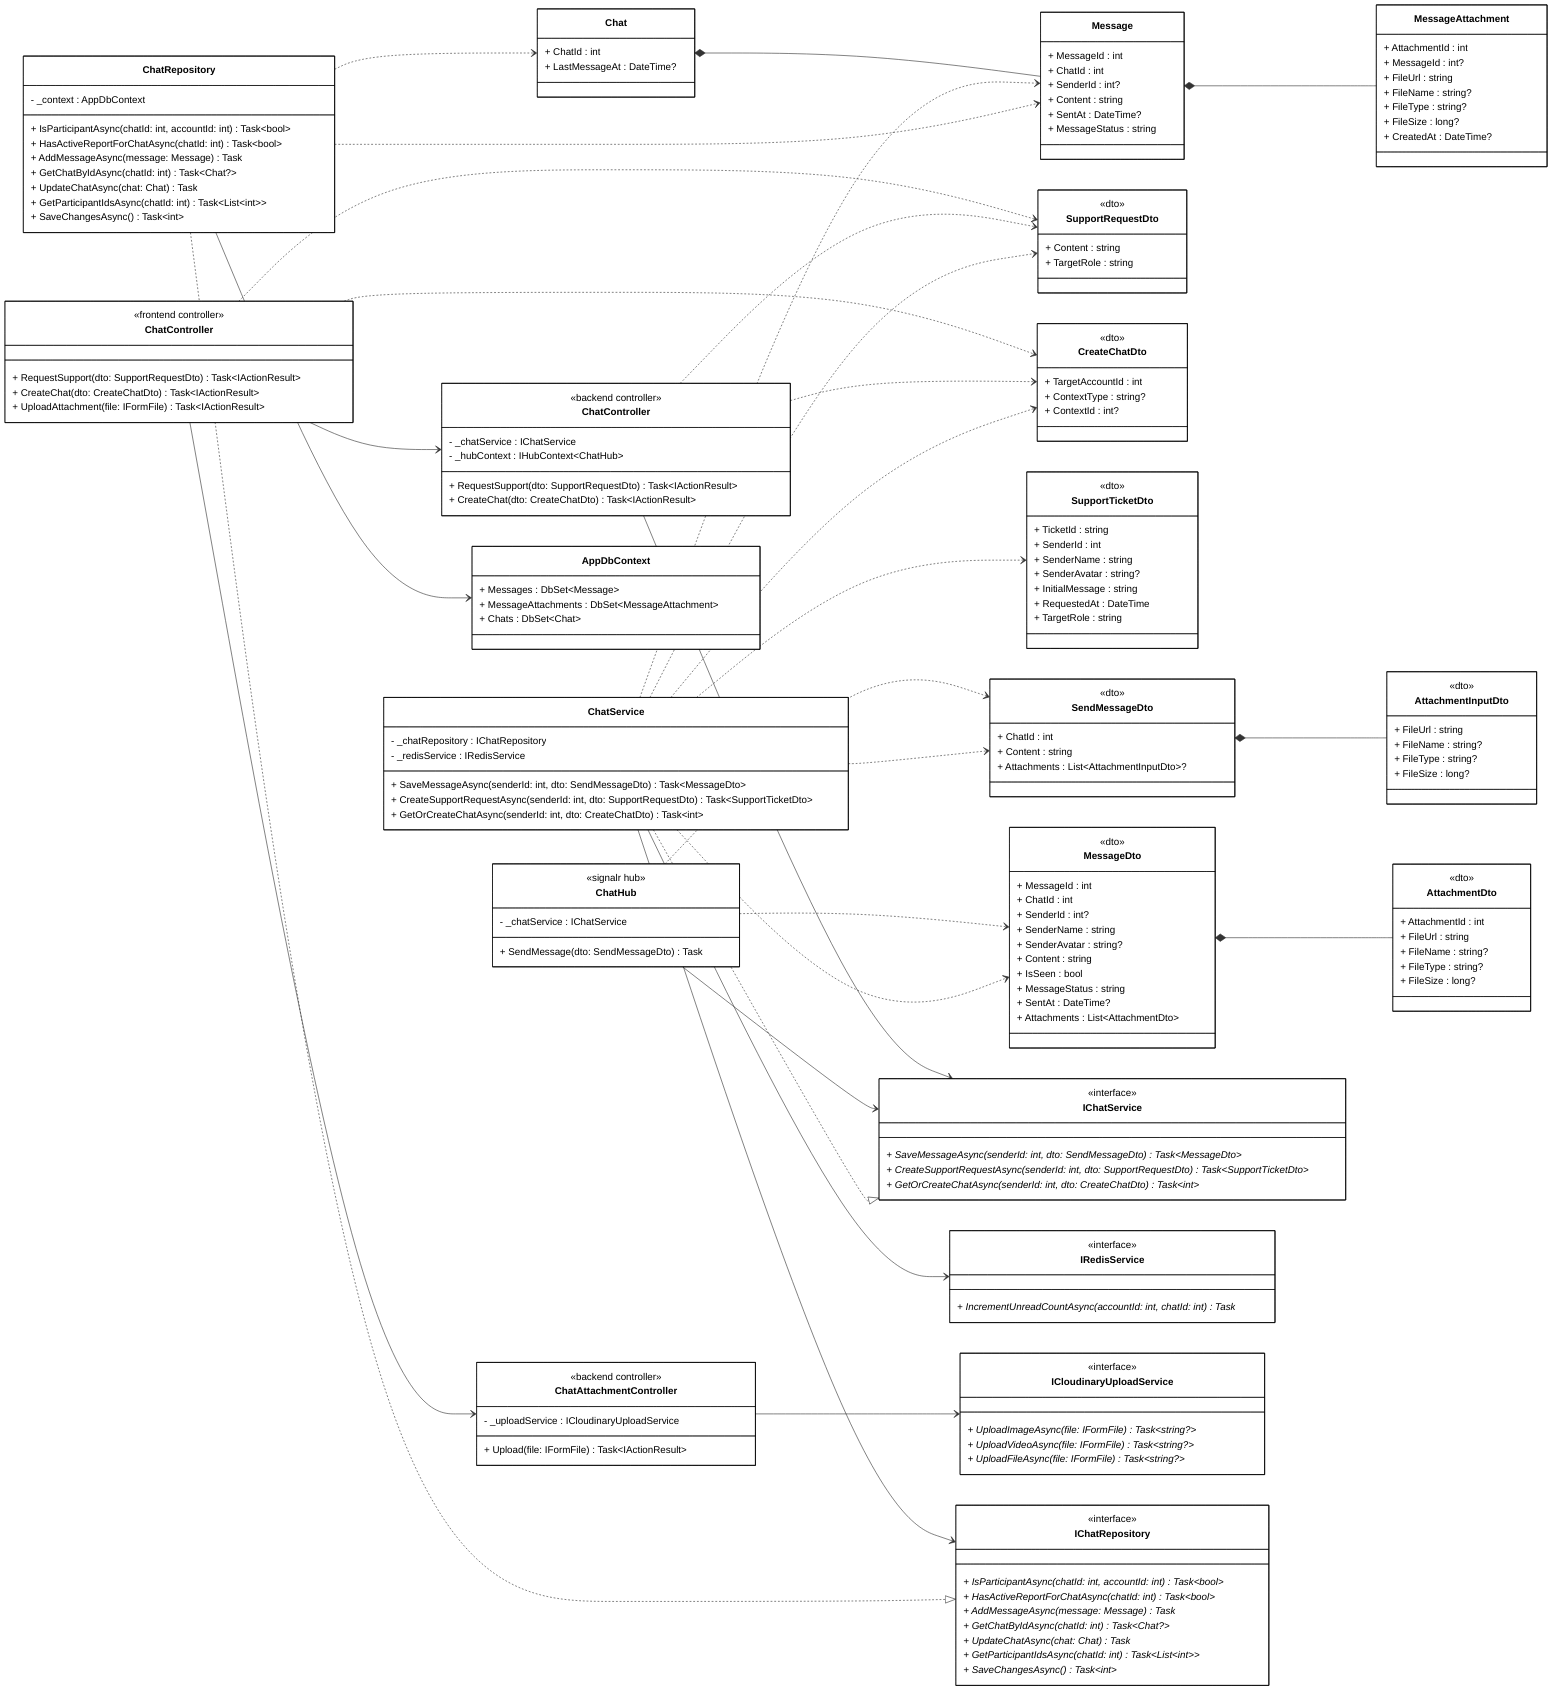
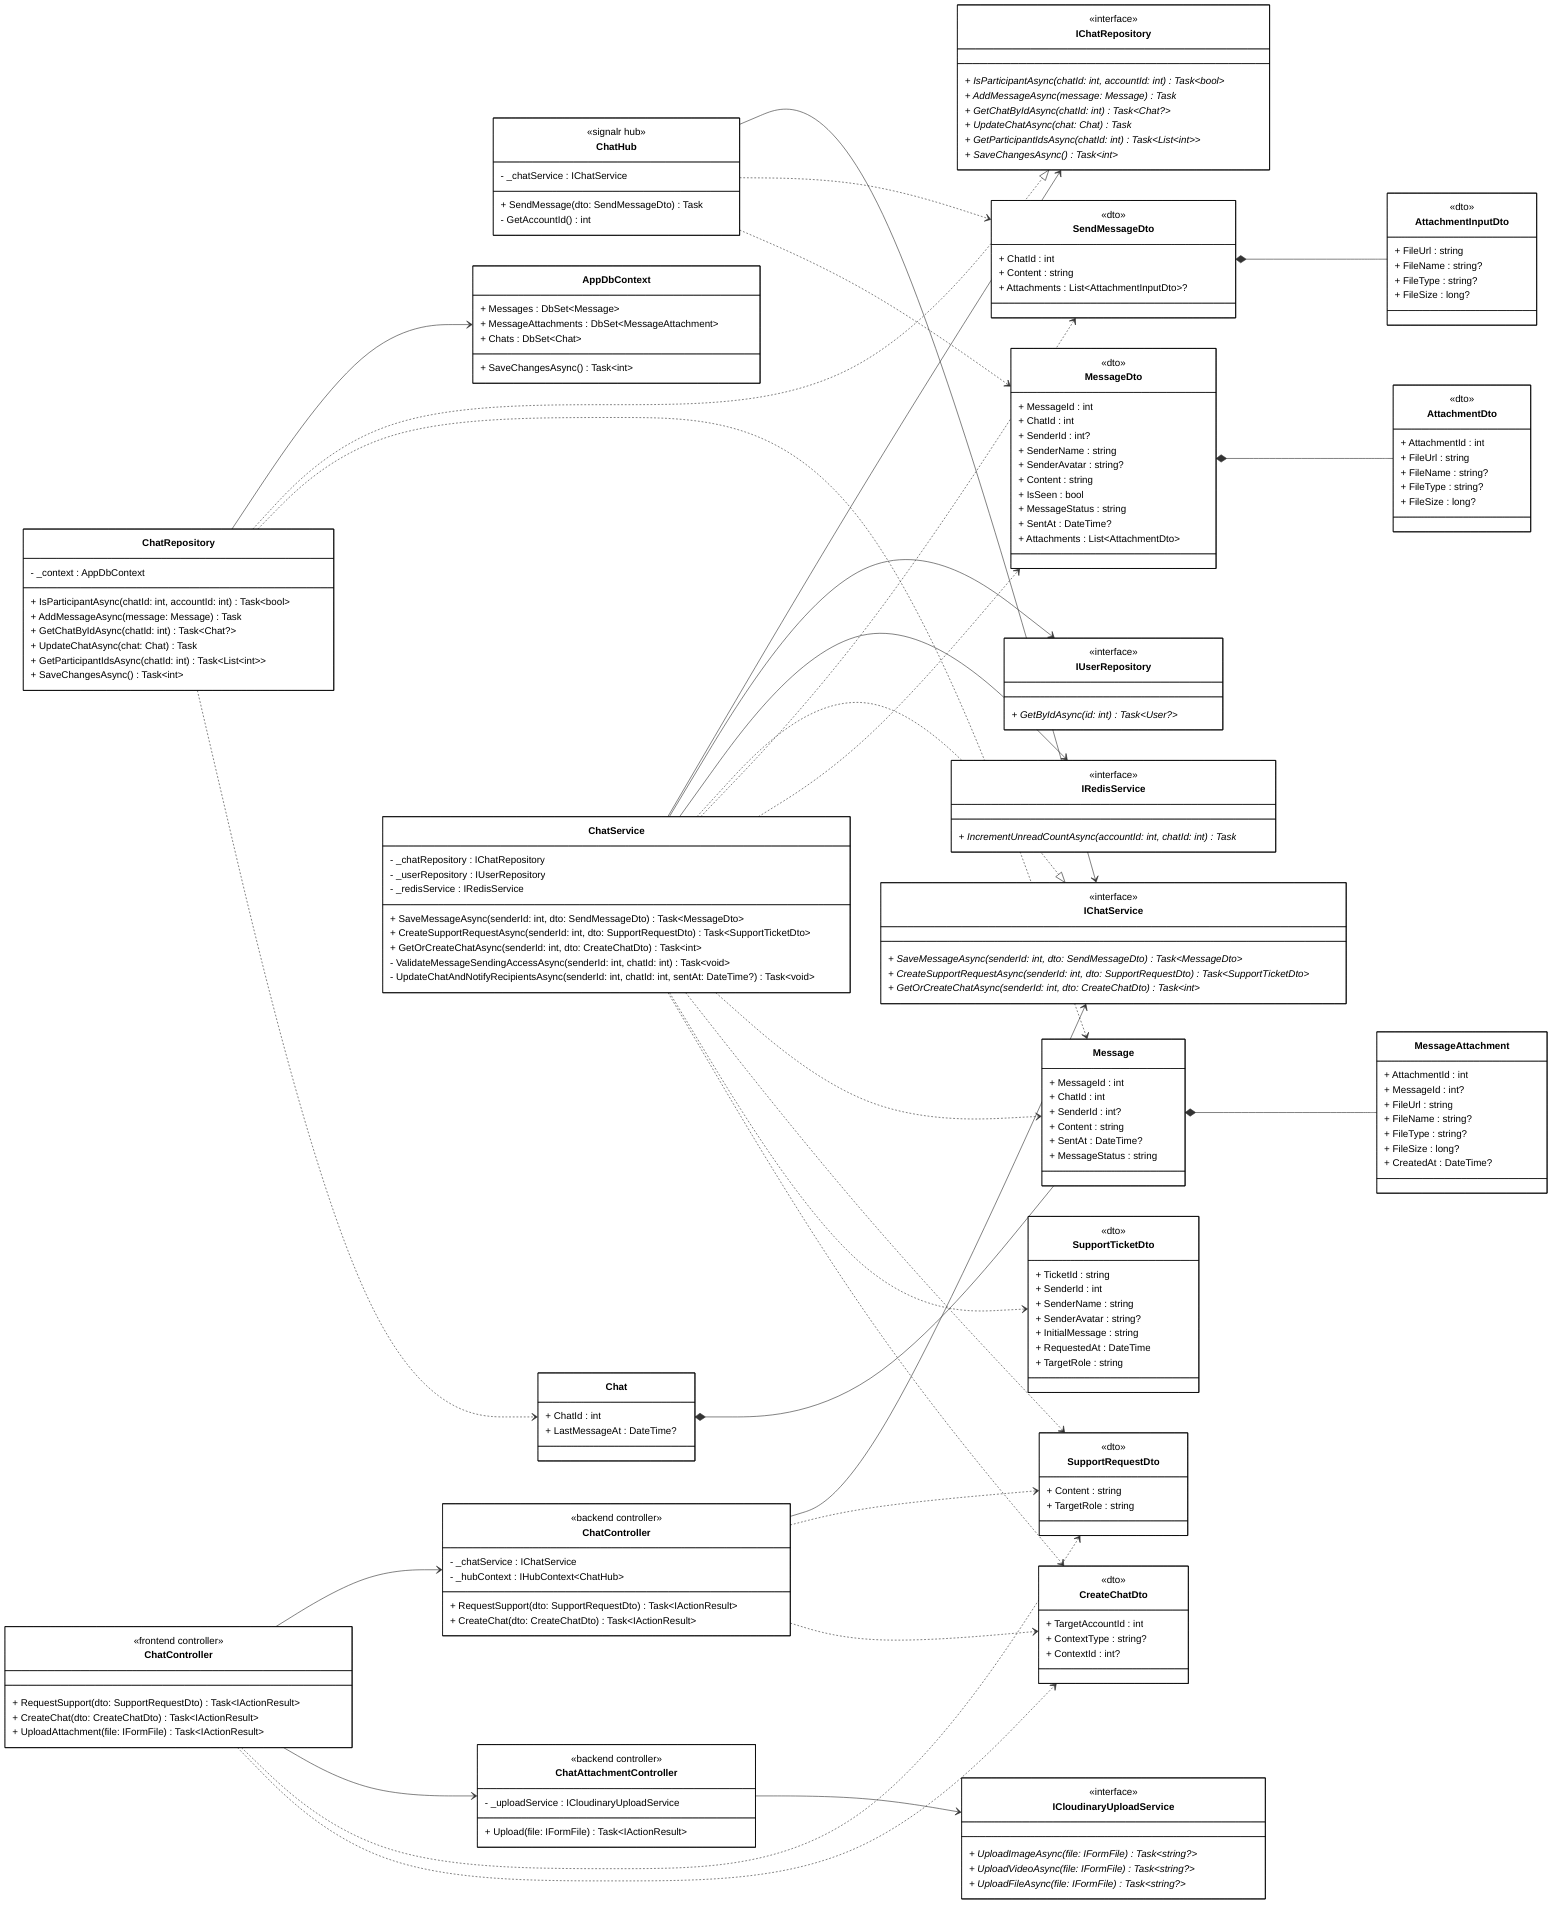
classDiagram
direction LR

%% ==================== FRONTEND ====================

class ChatControllerFE["ChatController"] {
    <<frontend controller>>
    + RequestSupport(dto: SupportRequestDto) Task~IActionResult~
    + CreateChat(dto: CreateChatDto) Task~IActionResult~
    + UploadAttachment(file: IFormFile) Task~IActionResult~
}

%% ==================== BACKEND - HUB & CONTROLLERS ====================

class ChatHub {
    <<signalr hub>>
    - _chatService : IChatService
    + SendMessage(dto: SendMessageDto) Task
+     - GetAccountId() int
}

class ChatControllerBE["ChatController"] {
    <<backend controller>>
    - _chatService : IChatService
    - _hubContext : IHubContext~ChatHub~
    + RequestSupport(dto: SupportRequestDto) Task~IActionResult~
    + CreateChat(dto: CreateChatDto) Task~IActionResult~
}

class ChatAttachmentController {
    <<backend controller>>
    - _uploadService : ICloudinaryUploadService
    + Upload(file: IFormFile) Task~IActionResult~
}

%% ==================== BACKEND - DTOs ====================

class SendMessageDto {
    <<dto>>
    + ChatId : int
    + Content : string
    + Attachments : List~AttachmentInputDto~?
}

class AttachmentInputDto {
    <<dto>>
    + FileUrl : string
    + FileName : string?
    + FileType : string?
    + FileSize : long?
}

class SupportRequestDto {
    <<dto>>
    + Content : string
    + TargetRole : string
}

class CreateChatDto {
    <<dto>>
    + TargetAccountId : int
    + ContextType : string?
    + ContextId : int?
}

class SupportTicketDto {
    <<dto>>
    + TicketId : string
    + SenderId : int
    + SenderName : string
    + SenderAvatar : string?
    + InitialMessage : string
    + RequestedAt : DateTime
    + TargetRole : string
}

class MessageDto {
    <<dto>>
    + MessageId : int
    + ChatId : int
    + SenderId : int?
    + SenderName : string
    + SenderAvatar : string?
    + Content : string
    + IsSeen : bool
    + MessageStatus : string
    + SentAt : DateTime?
    + Attachments : List~AttachmentDto~
}

class AttachmentDto {
    <<dto>>
    + AttachmentId : int
    + FileUrl : string
    + FileName : string?
    + FileType : string?
    + FileSize : long?
}

%% ==================== BACKEND - DOMAIN ENTITIES ====================

class Message {
    + MessageId : int
    + ChatId : int
    + SenderId : int?
    + Content : string
    + SentAt : DateTime?
    + MessageStatus : string
}

class MessageAttachment {
    + AttachmentId : int
    + MessageId : int?
    + FileUrl : string
    + FileName : string?
    + FileType : string?
    + FileSize : long?
    + CreatedAt : DateTime?
}

class Chat {
    + ChatId : int
    + LastMessageAt : DateTime?
}

%% ==================== BACKEND - SERVICE INTERFACES ====================

class IChatService {
    <<interface>>
    + SaveMessageAsync(senderId: int, dto: SendMessageDto) Task~MessageDto~ *
    + CreateSupportRequestAsync(senderId: int, dto: SupportRequestDto) Task~SupportTicketDto~ *
    + GetOrCreateChatAsync(senderId: int, dto: CreateChatDto) Task~int~ *
}

class IRedisService {
    <<interface>>
    + IncrementUnreadCountAsync(accountId: int, chatId: int) Task *
}

class ICloudinaryUploadService {
    <<interface>>
    + UploadImageAsync(file: IFormFile) Task~string?~ *
    + UploadVideoAsync(file: IFormFile) Task~string?~ *
    + UploadFileAsync(file: IFormFile) Task~string?~ *
}

%% ==================== BACKEND - REPOSITORY INTERFACES ====================

class IChatRepository {
    <<interface>>
    + IsParticipantAsync(chatId: int, accountId: int) Task~bool~ *
-     + HasActiveReportForChatAsync(chatId: int) Task~bool~ *
    + AddMessageAsync(message: Message) Task *
    + GetChatByIdAsync(chatId: int) Task~Chat?~ *
    + UpdateChatAsync(chat: Chat) Task *
    + GetParticipantIdsAsync(chatId: int) Task~List~int~~ *
    + SaveChangesAsync() Task~int~ *
}

+ class IUserRepository {
+     <<interface>>
+     + GetByIdAsync(id: int) Task~User?~ *
+ }
+ 
%% ==================== BACKEND - SERVICE IMPLEMENTATION ====================

class ChatService {
    - _chatRepository : IChatRepository
+     - _userRepository : IUserRepository
    - _redisService : IRedisService
    + SaveMessageAsync(senderId: int, dto: SendMessageDto) Task~MessageDto~
    + CreateSupportRequestAsync(senderId: int, dto: SupportRequestDto) Task~SupportTicketDto~
    + GetOrCreateChatAsync(senderId: int, dto: CreateChatDto) Task~int~
+     - ValidateMessageSendingAccessAsync(senderId: int, chatId: int) Task~void~
+     - UpdateChatAndNotifyRecipientsAsync(senderId: int, chatId: int, sentAt: DateTime?) Task~void~
}

%% ==================== BACKEND - REPOSITORY IMPLEMENTATION ====================

class ChatRepository {
    - _context : AppDbContext
    + IsParticipantAsync(chatId: int, accountId: int) Task~bool~
-     + HasActiveReportForChatAsync(chatId: int) Task~bool~
    + AddMessageAsync(message: Message) Task
    + GetChatByIdAsync(chatId: int) Task~Chat?~
    + UpdateChatAsync(chat: Chat) Task
    + GetParticipantIdsAsync(chatId: int) Task~List~int~~
    + SaveChangesAsync() Task~int~
}

%% ==================== BACKEND - DbContext ====================

class AppDbContext {
    + Messages : DbSet~Message~
    + MessageAttachments : DbSet~MessageAttachment~
    + Chats : DbSet~Chat~
+     + SaveChangesAsync() Task~int~
}

%% ==================== RELATIONSHIPS ====================

%% === UNIDIRECTIONAL ASSOCIATION ===
ChatControllerFE --> ChatControllerBE
ChatControllerFE --> ChatAttachmentController
ChatControllerBE --> IChatService
ChatAttachmentController --> ICloudinaryUploadService
ChatHub --> IChatService
ChatService --> IChatRepository
+ ChatService --> IUserRepository
ChatService --> IRedisService
ChatRepository --> AppDbContext

%% === COMPOSITION / BIDIRECTIONAL ASSOCIATION ===
Message *-- MessageAttachment
Chat *-- Message
SendMessageDto *-- AttachmentInputDto
MessageDto *-- AttachmentDto

%% === INTERFACE REALIZATION ===
ChatService ..|> IChatService
ChatRepository ..|> IChatRepository

%% === DEPENDENCY ===
ChatControllerFE ..> SupportRequestDto
ChatControllerFE ..> CreateChatDto
ChatControllerBE ..> SupportRequestDto
ChatControllerBE ..> CreateChatDto
ChatHub ..> SendMessageDto
ChatHub ..> MessageDto
ChatService ..> SendMessageDto
ChatService ..> MessageDto
ChatService ..> Message
ChatService ..> SupportRequestDto
ChatService ..> SupportTicketDto
ChatService ..> CreateChatDto
ChatRepository ..> Message
ChatRepository ..> Chat

%% ==================== STYLES ====================

classDef default fill:#FFFFFF,stroke:#000000,stroke-width:1px,color:#000000
